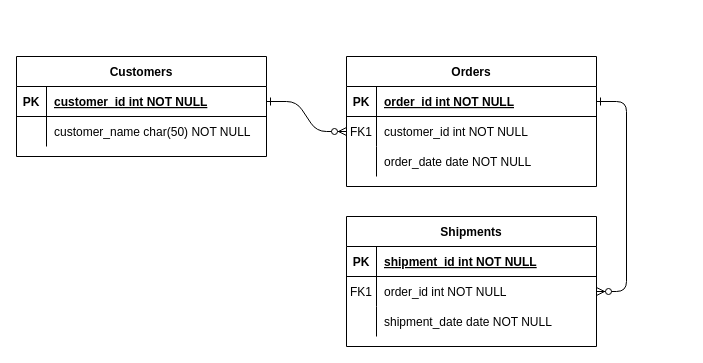
Above: Untitled Diagram.drawio in ariesh2t/Sun_Training (draw.io), before the change. Source tidied: cells renumbered, new cells numbered last; positions are measured from the earlier drawing's top-left corner, leaving out a move shared by most shapes. Both pictures are drawn from the tidied source at 100%, with x=0, y=0 at pixel (16, 56).
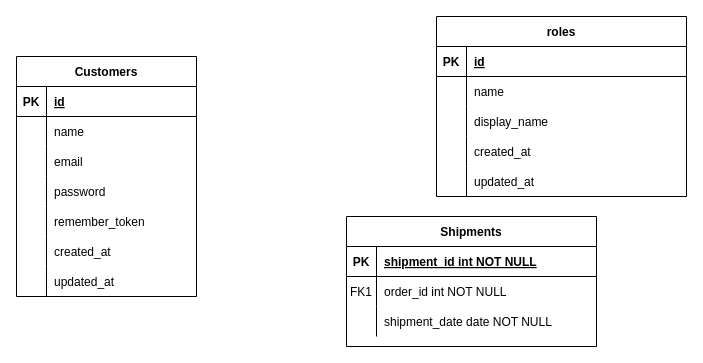
The same diagram, later.

The change refers to these unchanged cells:
```xml
<mxCell id="5" style="shape=partialRectangle;fillColor=none;points=[[0,0.5],[1,0.5]];portConstraint=eastwest;top=0;left=0;right=0;bottom=1;" parent="4" vertex="1">
  <mxGeometry y="30" width="250" height="30" as="geometry" />
</mxCell>
<mxCell id="8" style="shape=partialRectangle;fillColor=none;points=[[0,0.5],[1,0.5]];portConstraint=eastwest;top=0;left=0;right=0;bottom=0;" parent="4" vertex="1">
  <mxGeometry y="60" width="250" height="30" as="geometry" />
</mxCell>
<mxCell id="11" style="shape=partialRectangle;fillColor=none;top=0;left=0;right=0;bottom=0;" parent="4" vertex="1">
  <mxGeometry y="90" width="250" height="30" as="geometry" />
</mxCell>
<mxCell id="18" style="shape=partialRectangle;fillColor=none;points=[[0,0.5],[1,0.5]];portConstraint=eastwest;top=0;left=0;right=0;bottom=0;" parent="14" vertex="1">
  <mxGeometry y="60" width="250" height="30" as="geometry" />
</mxCell>
```

Change to the diagram source:
```diff
@@
-    <mxCell id="2" style="edgeStyle=entityRelationEdgeStyle;endArrow=ERzeroToMany;startArrow=ERone;endFill=1;startFill=0;" parent="1" edge="1" source="25" target="8">
-      <mxGeometry relative="1" as="geometry" />
-    </mxCell>
-    <mxCell id="3" style="edgeStyle=entityRelationEdgeStyle;endArrow=ERzeroToMany;startArrow=ERone;endFill=1;startFill=0;" parent="1" edge="1" source="5" target="18">
-      <mxGeometry relative="1" as="geometry" />
-    </mxCell>
-    <mxCell id="4" value="Orders" style="shape=table;startSize=30;childLayout=tableLayout;rowLines=0;fontStyle=1;align=center;" parent="1" vertex="1">
-      <mxGeometry x="330" width="250" height="130" as="geometry" />
+    <mxCell id="4" value="roles" style="shape=table;startSize=30;childLayout=tableLayout;rowLines=0;fontStyle=1;align=center;" parent="1" vertex="1">
+      <mxGeometry x="420" y="-40" width="250" height="180" as="geometry" />
     </mxCell>
@@
-    <mxCell id="7" value="order_id int NOT NULL " style="shape=partialRectangle;overflow=hidden;fillColor=none;top=0;left=0;bottom=0;right=0;align=left;spacingLeft=6;fontStyle=5;" parent="5" vertex="1">
+    <mxCell id="7" value="id" style="shape=partialRectangle;overflow=hidden;fillColor=none;top=0;left=0;bottom=0;right=0;align=left;spacingLeft=6;fontStyle=5;" parent="5" vertex="1">
       <mxGeometry x="30" width="220" height="30" as="geometry" />
     </mxCell>
@@
-    <mxCell id="9" value="FK1" style="shape=partialRectangle;overflow=hidden;fillColor=none;top=0;left=0;bottom=0;right=0;" parent="8" vertex="1">
+    <mxCell id="9" style="shape=partialRectangle;overflow=hidden;fillColor=none;top=0;left=0;bottom=0;right=0;" parent="8" vertex="1">
       <mxGeometry width="30" height="30" as="geometry" />
     </mxCell>
-    <mxCell id="10" value="customer_id int NOT NULL" style="shape=partialRectangle;overflow=hidden;fillColor=none;top=0;left=0;bottom=0;right=0;align=left;spacingLeft=6;" parent="8" vertex="1">
+    <mxCell id="10" value="name" style="shape=partialRectangle;overflow=hidden;fillColor=none;top=0;left=0;bottom=0;right=0;align=left;spacingLeft=6;" parent="8" vertex="1">
       <mxGeometry x="30" width="220" height="30" as="geometry" />
     </mxCell>
@@
-    <mxCell id="13" value="order_date date NOT NULL" style="shape=partialRectangle;overflow=hidden;fillColor=none;top=0;left=0;bottom=0;right=0;align=left;spacingLeft=6;" parent="11" vertex="1">
+    <mxCell id="13" value="display_name" style="shape=partialRectangle;overflow=hidden;fillColor=none;top=0;left=0;bottom=0;right=0;align=left;spacingLeft=6;" parent="11" vertex="1">
       <mxGeometry x="30" width="220" height="30" as="geometry" />
     </mxCell>
+    <mxCell id="31" style="shape=partialRectangle;fillColor=none;top=0;left=0;right=0;bottom=0;" parent="4" vertex="1">
+      <mxGeometry y="120" width="250" height="30" as="geometry" />
+    </mxCell>
+    <mxCell id="32" style="shape=partialRectangle;overflow=hidden;fillColor=none;top=0;left=0;bottom=0;right=0;" parent="31" vertex="1">
+      <mxGeometry width="30" height="30" as="geometry" />
+    </mxCell>
+    <mxCell id="33" value="created_at" style="shape=partialRectangle;overflow=hidden;fillColor=none;top=0;left=0;bottom=0;right=0;align=left;spacingLeft=6;" parent="31" vertex="1">
+      <mxGeometry x="30" width="220" height="30" as="geometry" />
+    </mxCell>
+    <mxCell id="34" style="shape=partialRectangle;fillColor=none;top=0;left=0;right=0;bottom=0;" parent="4" vertex="1">
+      <mxGeometry y="150" width="250" height="30" as="geometry" />
+    </mxCell>
+    <mxCell id="35" style="shape=partialRectangle;overflow=hidden;fillColor=none;top=0;left=0;bottom=0;right=0;" parent="34" vertex="1">
+      <mxGeometry width="30" height="30" as="geometry" />
+    </mxCell>
+    <mxCell id="36" value="updated_at" style="shape=partialRectangle;overflow=hidden;fillColor=none;top=0;left=0;bottom=0;right=0;align=left;spacingLeft=6;" parent="34" vertex="1">
+      <mxGeometry x="30" width="220" height="30" as="geometry" />
+    </mxCell>
@@
     <mxCell id="24" value="Customers" style="shape=table;startSize=30;childLayout=tableLayout;rowLines=0;fontStyle=1;align=center;" parent="1" vertex="1">
-      <mxGeometry width="250" height="100" as="geometry" />
+      <mxGeometry width="180" height="240" as="geometry" />
     </mxCell>
     <mxCell id="25" style="shape=partialRectangle;fillColor=none;points=[[0,0.5],[1,0.5]];portConstraint=eastwest;top=0;left=0;right=0;bottom=1;" parent="24" vertex="1">
-      <mxGeometry y="30" width="250" height="30" as="geometry" />
+      <mxGeometry y="30" width="180" height="30" as="geometry" />
     </mxCell>
@@
-    <mxCell id="27" value="customer_id int NOT NULL " style="shape=partialRectangle;overflow=hidden;fillColor=none;top=0;left=0;bottom=0;right=0;align=left;spacingLeft=6;fontStyle=5;" parent="25" vertex="1">
-      <mxGeometry x="30" width="220" height="30" as="geometry" />
+    <mxCell id="27" value="id" style="shape=partialRectangle;overflow=hidden;fillColor=none;top=0;left=0;bottom=0;right=0;align=left;spacingLeft=6;fontStyle=5;" parent="25" vertex="1">
+      <mxGeometry x="30" width="150" height="30" as="geometry" />
     </mxCell>
     <mxCell id="28" style="shape=partialRectangle;fillColor=none;top=0;left=0;right=0;bottom=0;" parent="24" vertex="1">
-      <mxGeometry y="60" width="250" height="30" as="geometry" />
+      <mxGeometry y="60" width="180" height="30" as="geometry" />
     </mxCell>
@@
-    <mxCell id="30" value="customer_name char(50) NOT NULL" style="shape=partialRectangle;overflow=hidden;fillColor=none;top=0;left=0;bottom=0;right=0;align=left;spacingLeft=6;" parent="28" vertex="1">
-      <mxGeometry x="30" width="220" height="30" as="geometry" />
+    <mxCell id="30" value="name" style="shape=partialRectangle;overflow=hidden;fillColor=none;top=0;left=0;bottom=0;right=0;align=left;spacingLeft=6;" parent="28" vertex="1">
+      <mxGeometry x="30" width="150" height="30" as="geometry" />
     </mxCell>
+    <mxCell id="37" style="shape=partialRectangle;fillColor=none;top=0;left=0;right=0;bottom=0;" parent="24" vertex="1">
+      <mxGeometry y="90" width="180" height="30" as="geometry" />
+    </mxCell>
+    <mxCell id="38" style="shape=partialRectangle;overflow=hidden;fillColor=none;top=0;left=0;bottom=0;right=0;" parent="37" vertex="1">
+      <mxGeometry width="30" height="30" as="geometry" />
+    </mxCell>
+    <mxCell id="39" value="email" style="shape=partialRectangle;overflow=hidden;fillColor=none;top=0;left=0;bottom=0;right=0;align=left;spacingLeft=6;" parent="37" vertex="1">
+      <mxGeometry x="30" width="150" height="30" as="geometry" />
+    </mxCell>
+    <mxCell id="40" style="shape=partialRectangle;fillColor=none;top=0;left=0;right=0;bottom=0;" parent="24" vertex="1">
+      <mxGeometry y="120" width="180" height="30" as="geometry" />
+    </mxCell>
+    <mxCell id="41" style="shape=partialRectangle;overflow=hidden;fillColor=none;top=0;left=0;bottom=0;right=0;" parent="40" vertex="1">
+      <mxGeometry width="30" height="30" as="geometry" />
+    </mxCell>
+    <mxCell id="42" value="password" style="shape=partialRectangle;overflow=hidden;fillColor=none;top=0;left=0;bottom=0;right=0;align=left;spacingLeft=6;" parent="40" vertex="1">
+      <mxGeometry x="30" width="150" height="30" as="geometry" />
+    </mxCell>
+    <mxCell id="43" style="shape=partialRectangle;fillColor=none;top=0;left=0;right=0;bottom=0;" parent="24" vertex="1">
+      <mxGeometry y="150" width="180" height="30" as="geometry" />
+    </mxCell>
+    <mxCell id="44" style="shape=partialRectangle;overflow=hidden;fillColor=none;top=0;left=0;bottom=0;right=0;" parent="43" vertex="1">
+      <mxGeometry width="30" height="30" as="geometry" />
+    </mxCell>
+    <mxCell id="45" value="remember_token" style="shape=partialRectangle;overflow=hidden;fillColor=none;top=0;left=0;bottom=0;right=0;align=left;spacingLeft=6;" parent="43" vertex="1">
+      <mxGeometry x="30" width="150" height="30" as="geometry" />
+    </mxCell>
+    <mxCell id="46" style="shape=partialRectangle;fillColor=none;top=0;left=0;right=0;bottom=0;" parent="24" vertex="1">
+      <mxGeometry y="180" width="180" height="30" as="geometry" />
+    </mxCell>
+    <mxCell id="47" style="shape=partialRectangle;overflow=hidden;fillColor=none;top=0;left=0;bottom=0;right=0;" parent="46" vertex="1">
+      <mxGeometry width="30" height="30" as="geometry" />
+    </mxCell>
+    <mxCell id="48" value="created_at" style="shape=partialRectangle;overflow=hidden;fillColor=none;top=0;left=0;bottom=0;right=0;align=left;spacingLeft=6;" parent="46" vertex="1">
+      <mxGeometry x="30" width="150" height="30" as="geometry" />
+    </mxCell>
+    <mxCell id="49" style="shape=partialRectangle;fillColor=none;top=0;left=0;right=0;bottom=0;" parent="24" vertex="1">
+      <mxGeometry y="210" width="180" height="30" as="geometry" />
+    </mxCell>
+    <mxCell id="50" style="shape=partialRectangle;overflow=hidden;fillColor=none;top=0;left=0;bottom=0;right=0;" parent="49" vertex="1">
+      <mxGeometry width="30" height="30" as="geometry" />
+    </mxCell>
+    <mxCell id="51" value="updated_at" style="shape=partialRectangle;overflow=hidden;fillColor=none;top=0;left=0;bottom=0;right=0;align=left;spacingLeft=6;" parent="49" vertex="1">
+      <mxGeometry x="30" width="150" height="30" as="geometry" />
+    </mxCell>
```
